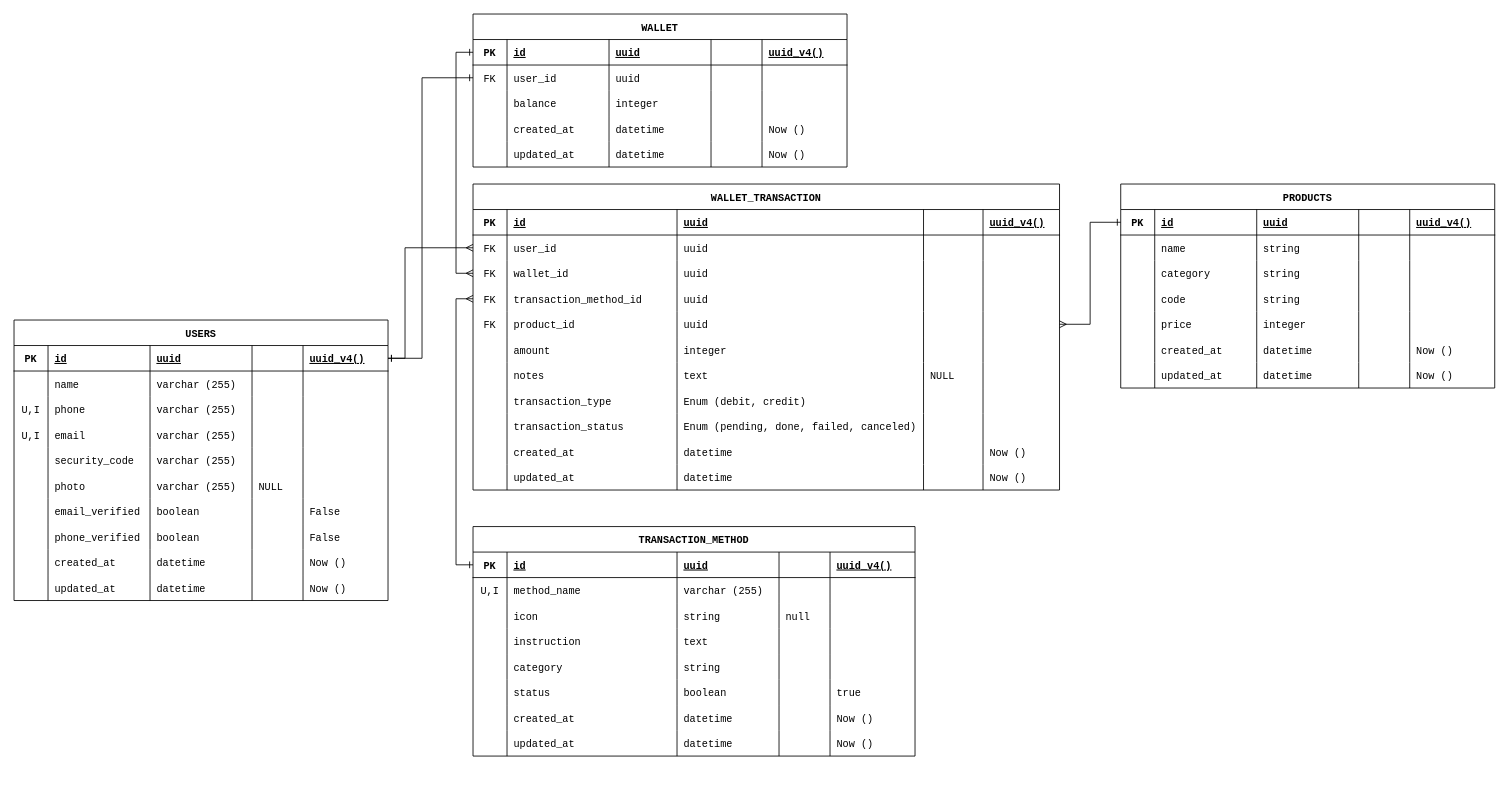
This is page "Schema" (1 of 7) of requirements/Database ERD.drawio from foxxxesky/Final-Projects-Backend-OVO, a draw.io file, before an edit. Source tidied: cells renumbered, new cells numbered last; positions are measured from the earlier drawing's top-left corner, leaving out a move shared by most shapes. Both pictures are drawn from the tidied source at 85%, with x=0, y=0 at pixel (14, 14).
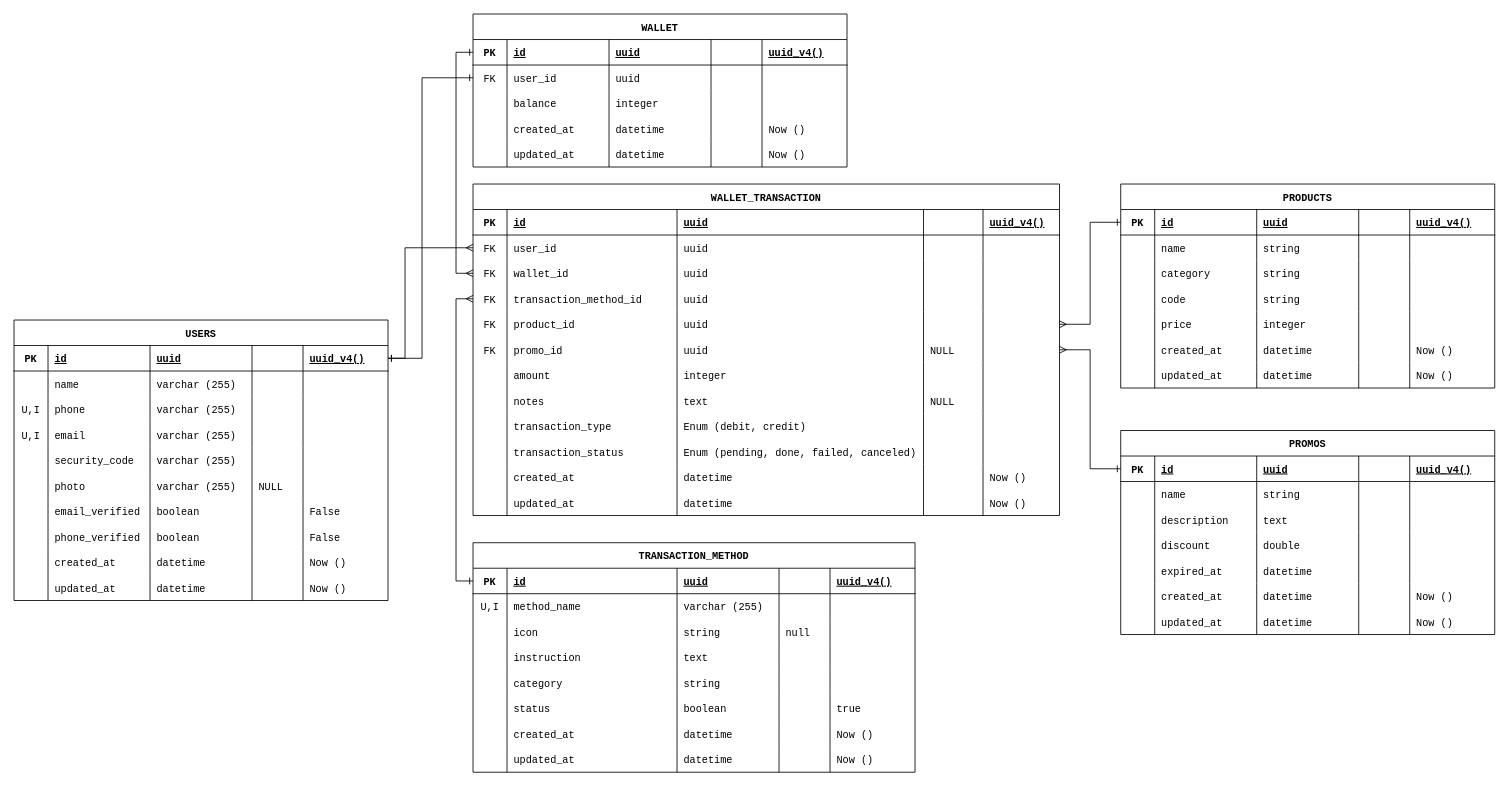
The same page after the edit.

The change refers to these unchanged cells:
```xml
<mxCell id="114" style="shape=tableRow;horizontal=0;startSize=0;swimlaneHead=0;swimlaneBody=0;fillColor=none;points=[[0,0.5],[1,0.5]];portConstraint=eastwest;top=0;left=0;right=0;bottom=0;fontFamily=Courier New;" parent="95" vertex="1">
  <mxGeometry y="120" width="690" height="30" as="geometry" />
</mxCell>
<mxCell id="163" style="shape=tableRow;horizontal=0;startSize=0;swimlaneHead=0;swimlaneBody=0;fillColor=none;points=[[0,0.5],[1,0.5]];portConstraint=eastwest;top=0;left=0;right=0;bottom=1;fontFamily=Courier New;" parent="162" vertex="1">
  <mxGeometry y="30" width="520" height="30" as="geometry" />
</mxCell>
```

The edit, as a diff of the source:
```diff
@@
     <mxCell id="95" value="WALLET_TRANSACTION" style="shape=table;startSize=30;childLayout=tableLayout;rowLines=0;fontStyle=1;align=center;fontFamily=Courier New;" parent="1" vertex="1">
-      <mxGeometry x="540" y="200" width="690" height="360" as="geometry" />
+      <mxGeometry x="540" y="200" width="690" height="390" as="geometry" />
     </mxCell>
@@
+    <mxCell id="258" style="shape=tableRow;horizontal=0;startSize=0;swimlaneHead=0;swimlaneBody=0;fillColor=none;points=[[0,0.5],[1,0.5]];portConstraint=eastwest;top=0;left=0;right=0;bottom=0;fontFamily=Courier New;" parent="95" vertex="1">
+      <mxGeometry y="180" width="690" height="30" as="geometry" />
+    </mxCell>
+    <mxCell id="259" value="FK" style="shape=partialRectangle;fillColor=none;top=0;left=0;bottom=0;right=0;overflow=hidden;fontFamily=Courier New;" parent="258" vertex="1">
+      <mxGeometry width="40" height="30" as="geometry" />
+    </mxCell>
+    <mxCell id="260" value="promo_id" style="shape=partialRectangle;fillColor=none;top=0;left=0;bottom=0;right=0;align=left;spacingLeft=6;overflow=hidden;fontFamily=Courier New;" parent="258" vertex="1">
+      <mxGeometry x="40" width="200" height="30" as="geometry" />
+    </mxCell>
+    <mxCell id="261" value="uuid" style="shape=partialRectangle;fillColor=none;top=0;left=0;bottom=0;right=0;align=left;spacingLeft=6;overflow=hidden;fontFamily=Courier New;fontStyle=0;" parent="258" vertex="1">
+      <mxGeometry x="240" width="290" height="30" as="geometry" />
+    </mxCell>
+    <mxCell id="262" value="NULL" style="shape=partialRectangle;fillColor=none;top=0;left=0;bottom=0;right=0;align=left;spacingLeft=6;overflow=hidden;fontFamily=Courier New;" parent="258" vertex="1">
+      <mxGeometry x="530" width="70" height="30" as="geometry" />
+    </mxCell>
+    <mxCell id="263" style="shape=partialRectangle;fillColor=none;top=0;left=0;bottom=0;right=0;align=left;spacingLeft=6;overflow=hidden;fontFamily=Courier New;" parent="258" vertex="1">
+      <mxGeometry x="600" width="90" height="30" as="geometry" />
+    </mxCell>
     <mxCell id="126" style="shape=tableRow;horizontal=0;startSize=0;swimlaneHead=0;swimlaneBody=0;fillColor=none;top=0;left=0;right=0;bottom=0;fontFamily=Courier New;" parent="95" vertex="1">
-      <mxGeometry y="180" width="690" height="30" as="geometry" />
+      <mxGeometry y="210" width="690" height="30" as="geometry" />
     </mxCell>
@@
     <mxCell id="132" style="shape=tableRow;horizontal=0;startSize=0;swimlaneHead=0;swimlaneBody=0;fillColor=none;top=0;left=0;right=0;bottom=0;fontFamily=Courier New;" parent="95" vertex="1">
-      <mxGeometry y="210" width="690" height="30" as="geometry" />
+      <mxGeometry y="240" width="690" height="30" as="geometry" />
     </mxCell>
@@
     <mxCell id="138" style="shape=tableRow;horizontal=0;startSize=0;swimlaneHead=0;swimlaneBody=0;fillColor=none;top=0;left=0;right=0;bottom=0;fontFamily=Courier New;" parent="95" vertex="1">
-      <mxGeometry y="240" width="690" height="30" as="geometry" />
+      <mxGeometry y="270" width="690" height="30" as="geometry" />
     </mxCell>
@@
     <mxCell id="144" style="shape=tableRow;horizontal=0;startSize=0;swimlaneHead=0;swimlaneBody=0;fillColor=none;top=0;left=0;right=0;bottom=0;fontFamily=Courier New;" parent="95" vertex="1">
-      <mxGeometry y="270" width="690" height="30" as="geometry" />
+      <mxGeometry y="300" width="690" height="30" as="geometry" />
     </mxCell>
@@
     <mxCell id="150" style="shape=tableRow;horizontal=0;startSize=0;swimlaneHead=0;swimlaneBody=0;fillColor=none;top=0;left=0;right=0;bottom=0;fontFamily=Courier New;" parent="95" vertex="1">
-      <mxGeometry y="300" width="690" height="30" as="geometry" />
+      <mxGeometry y="330" width="690" height="30" as="geometry" />
     </mxCell>
@@
     <mxCell id="156" style="shape=tableRow;horizontal=0;startSize=0;swimlaneHead=0;swimlaneBody=0;fillColor=none;top=0;left=0;right=0;bottom=0;fontFamily=Courier New;" parent="95" vertex="1">
-      <mxGeometry y="330" width="690" height="30" as="geometry" />
+      <mxGeometry y="360" width="690" height="30" as="geometry" />
     </mxCell>
@@
     <mxCell id="162" value="TRANSACTION_METHOD" style="shape=table;startSize=30;childLayout=tableLayout;rowLines=0;fontStyle=1;align=center;fontFamily=Courier New;" parent="1" vertex="1">
-      <mxGeometry x="540" y="603" width="520" height="270" as="geometry" />
+      <mxGeometry x="540" y="622" width="520" height="270" as="geometry" />
     </mxCell>
@@
     <mxCell id="213" style="edgeStyle=orthogonalEdgeStyle;html=1;entryX=0;entryY=0.5;entryDx=0;entryDy=0;rounded=0;startArrow=ERone;startFill=0;endArrow=ERmany;endFill=0;exitX=0;exitY=0.5;exitDx=0;exitDy=0;" parent="1" edge="1" source="163" target="114">
       <mxGeometry relative="1" as="geometry">
         <Array as="points">
-          <mxPoint x="520" y="648" />
+          <mxPoint x="520" y="667" />
           <mxPoint x="520" y="335" />
         </Array>
       </mxGeometry>
     </mxCell>
@@
+    <mxCell id="264" value="PROMOS" style="shape=table;startSize=30;childLayout=tableLayout;rowLines=0;fontStyle=1;align=center;fontFamily=Courier New;" parent="1" vertex="1">
+      <mxGeometry x="1302" y="490" width="440" height="240" as="geometry" />
+    </mxCell>
+    <mxCell id="265" style="shape=tableRow;horizontal=0;startSize=0;swimlaneHead=0;swimlaneBody=0;fillColor=none;points=[[0,0.5],[1,0.5]];portConstraint=eastwest;top=0;left=0;right=0;bottom=1;fontFamily=Courier New;" parent="264" vertex="1">
+      <mxGeometry y="30" width="440" height="30" as="geometry" />
+    </mxCell>
+    <mxCell id="266" value="PK" style="shape=partialRectangle;fillColor=none;top=0;left=0;bottom=0;right=0;fontStyle=1;overflow=hidden;fontFamily=Courier New;" parent="265" vertex="1">
+      <mxGeometry width="40" height="30" as="geometry" />
+    </mxCell>
+    <mxCell id="267" value="id" style="shape=partialRectangle;fillColor=none;top=0;left=0;bottom=0;right=0;align=left;spacingLeft=6;fontStyle=5;overflow=hidden;fontFamily=Courier New;" parent="265" vertex="1">
+      <mxGeometry x="40" width="120" height="30" as="geometry" />
+    </mxCell>
+    <mxCell id="268" value="uuid" style="shape=partialRectangle;fillColor=none;top=0;left=0;bottom=0;right=0;align=left;spacingLeft=6;fontStyle=5;overflow=hidden;fontFamily=Courier New;" parent="265" vertex="1">
+      <mxGeometry x="160" width="120" height="30" as="geometry" />
+    </mxCell>
+    <mxCell id="269" style="shape=partialRectangle;fillColor=none;top=0;left=0;bottom=0;right=0;align=left;spacingLeft=6;fontStyle=5;overflow=hidden;fontFamily=Courier New;" parent="265" vertex="1">
+      <mxGeometry x="280" width="60" height="30" as="geometry" />
+    </mxCell>
+    <mxCell id="270" value="uuid_v4()" style="shape=partialRectangle;fillColor=none;top=0;left=0;bottom=0;right=0;align=left;spacingLeft=6;fontStyle=5;overflow=hidden;fontFamily=Courier New;" parent="265" vertex="1">
+      <mxGeometry x="340" width="100" height="30" as="geometry" />
+    </mxCell>
+    <mxCell id="271" style="shape=tableRow;horizontal=0;startSize=0;swimlaneHead=0;swimlaneBody=0;fillColor=none;top=0;left=0;right=0;bottom=0;fontFamily=Courier New;" parent="264" vertex="1">
+      <mxGeometry y="60" width="440" height="30" as="geometry" />
+    </mxCell>
+    <mxCell id="272" style="shape=partialRectangle;fillColor=none;top=0;left=0;bottom=0;right=0;overflow=hidden;fontFamily=Courier New;" parent="271" vertex="1">
+      <mxGeometry width="40" height="30" as="geometry" />
+    </mxCell>
+    <mxCell id="273" value="name" style="shape=partialRectangle;fillColor=none;top=0;left=0;bottom=0;right=0;align=left;spacingLeft=6;overflow=hidden;fontFamily=Courier New;" parent="271" vertex="1">
+      <mxGeometry x="40" width="120" height="30" as="geometry" />
+    </mxCell>
+    <mxCell id="274" value="string" style="shape=partialRectangle;fillColor=none;top=0;left=0;bottom=0;right=0;align=left;spacingLeft=6;overflow=hidden;fontFamily=Courier New;" parent="271" vertex="1">
+      <mxGeometry x="160" width="120" height="30" as="geometry" />
+    </mxCell>
+    <mxCell id="275" style="shape=partialRectangle;fillColor=none;top=0;left=0;bottom=0;right=0;align=left;spacingLeft=6;overflow=hidden;fontFamily=Courier New;" parent="271" vertex="1">
+      <mxGeometry x="280" width="60" height="30" as="geometry" />
+    </mxCell>
+    <mxCell id="276" style="shape=partialRectangle;fillColor=none;top=0;left=0;bottom=0;right=0;align=left;spacingLeft=6;overflow=hidden;fontFamily=Courier New;" parent="271" vertex="1">
+      <mxGeometry x="340" width="100" height="30" as="geometry" />
+    </mxCell>
+    <mxCell id="277" style="shape=tableRow;horizontal=0;startSize=0;swimlaneHead=0;swimlaneBody=0;fillColor=none;top=0;left=0;right=0;bottom=0;fontFamily=Courier New;" parent="264" vertex="1">
+      <mxGeometry y="90" width="440" height="30" as="geometry" />
+    </mxCell>
+    <mxCell id="278" style="shape=partialRectangle;fillColor=none;top=0;left=0;bottom=0;right=0;overflow=hidden;fontFamily=Courier New;" parent="277" vertex="1">
+      <mxGeometry width="40" height="30" as="geometry" />
+    </mxCell>
+    <mxCell id="279" value="description" style="shape=partialRectangle;fillColor=none;top=0;left=0;bottom=0;right=0;align=left;spacingLeft=6;overflow=hidden;fontFamily=Courier New;" parent="277" vertex="1">
+      <mxGeometry x="40" width="120" height="30" as="geometry" />
+    </mxCell>
+    <mxCell id="280" value="text" style="shape=partialRectangle;fillColor=none;top=0;left=0;bottom=0;right=0;align=left;spacingLeft=6;overflow=hidden;fontFamily=Courier New;" parent="277" vertex="1">
+      <mxGeometry x="160" width="120" height="30" as="geometry" />
+    </mxCell>
+    <mxCell id="281" style="shape=partialRectangle;fillColor=none;top=0;left=0;bottom=0;right=0;align=left;spacingLeft=6;overflow=hidden;fontFamily=Courier New;" parent="277" vertex="1">
+      <mxGeometry x="280" width="60" height="30" as="geometry" />
+    </mxCell>
+    <mxCell id="282" style="shape=partialRectangle;fillColor=none;top=0;left=0;bottom=0;right=0;align=left;spacingLeft=6;overflow=hidden;fontFamily=Courier New;" parent="277" vertex="1">
+      <mxGeometry x="340" width="100" height="30" as="geometry" />
+    </mxCell>
+    <mxCell id="283" style="shape=tableRow;horizontal=0;startSize=0;swimlaneHead=0;swimlaneBody=0;fillColor=none;top=0;left=0;right=0;bottom=0;fontFamily=Courier New;" parent="264" vertex="1">
+      <mxGeometry y="120" width="440" height="30" as="geometry" />
+    </mxCell>
+    <mxCell id="284" style="shape=partialRectangle;fillColor=none;top=0;left=0;bottom=0;right=0;overflow=hidden;fontFamily=Courier New;" parent="283" vertex="1">
+      <mxGeometry width="40" height="30" as="geometry" />
+    </mxCell>
+    <mxCell id="285" value="discount" style="shape=partialRectangle;fillColor=none;top=0;left=0;bottom=0;right=0;align=left;spacingLeft=6;overflow=hidden;fontFamily=Courier New;" parent="283" vertex="1">
+      <mxGeometry x="40" width="120" height="30" as="geometry" />
+    </mxCell>
+    <mxCell id="286" value="double" style="shape=partialRectangle;fillColor=none;top=0;left=0;bottom=0;right=0;align=left;spacingLeft=6;overflow=hidden;fontFamily=Courier New;" parent="283" vertex="1">
+      <mxGeometry x="160" width="120" height="30" as="geometry" />
+    </mxCell>
+    <mxCell id="287" style="shape=partialRectangle;fillColor=none;top=0;left=0;bottom=0;right=0;align=left;spacingLeft=6;overflow=hidden;fontFamily=Courier New;" parent="283" vertex="1">
+      <mxGeometry x="280" width="60" height="30" as="geometry" />
+    </mxCell>
+    <mxCell id="288" style="shape=partialRectangle;fillColor=none;top=0;left=0;bottom=0;right=0;align=left;spacingLeft=6;overflow=hidden;fontFamily=Courier New;" parent="283" vertex="1">
+      <mxGeometry x="340" width="100" height="30" as="geometry" />
+    </mxCell>
+    <mxCell id="289" style="shape=tableRow;horizontal=0;startSize=0;swimlaneHead=0;swimlaneBody=0;fillColor=none;top=0;left=0;right=0;bottom=0;fontFamily=Courier New;" parent="264" vertex="1">
+      <mxGeometry y="150" width="440" height="30" as="geometry" />
+    </mxCell>
+    <mxCell id="290" style="shape=partialRectangle;fillColor=none;top=0;left=0;bottom=0;right=0;overflow=hidden;fontFamily=Courier New;" parent="289" vertex="1">
+      <mxGeometry width="40" height="30" as="geometry" />
+    </mxCell>
+    <mxCell id="291" value="expired_at" style="shape=partialRectangle;fillColor=none;top=0;left=0;bottom=0;right=0;align=left;spacingLeft=6;overflow=hidden;fontFamily=Courier New;" parent="289" vertex="1">
+      <mxGeometry x="40" width="120" height="30" as="geometry" />
+    </mxCell>
+    <mxCell id="292" value="datetime" style="shape=partialRectangle;fillColor=none;top=0;left=0;bottom=0;right=0;align=left;spacingLeft=6;overflow=hidden;fontFamily=Courier New;" parent="289" vertex="1">
+      <mxGeometry x="160" width="120" height="30" as="geometry" />
+    </mxCell>
+    <mxCell id="293" style="shape=partialRectangle;fillColor=none;top=0;left=0;bottom=0;right=0;align=left;spacingLeft=6;overflow=hidden;fontFamily=Courier New;" parent="289" vertex="1">
+      <mxGeometry x="280" width="60" height="30" as="geometry" />
+    </mxCell>
+    <mxCell id="294" style="shape=partialRectangle;fillColor=none;top=0;left=0;bottom=0;right=0;align=left;spacingLeft=6;overflow=hidden;fontFamily=Courier New;" parent="289" vertex="1">
+      <mxGeometry x="340" width="100" height="30" as="geometry" />
+    </mxCell>
+    <mxCell id="295" style="shape=tableRow;horizontal=0;startSize=0;swimlaneHead=0;swimlaneBody=0;fillColor=none;top=0;left=0;right=0;bottom=0;fontFamily=Courier New;" parent="264" vertex="1">
+      <mxGeometry y="180" width="440" height="30" as="geometry" />
+    </mxCell>
+    <mxCell id="296" style="shape=partialRectangle;fillColor=none;top=0;left=0;bottom=0;right=0;overflow=hidden;fontFamily=Courier New;" parent="295" vertex="1">
+      <mxGeometry width="40" height="30" as="geometry" />
+    </mxCell>
+    <mxCell id="297" value="created_at" style="shape=partialRectangle;fillColor=none;top=0;left=0;bottom=0;right=0;align=left;spacingLeft=6;overflow=hidden;fontFamily=Courier New;" parent="295" vertex="1">
+      <mxGeometry x="40" width="120" height="30" as="geometry" />
+    </mxCell>
+    <mxCell id="298" value="datetime" style="shape=partialRectangle;fillColor=none;top=0;left=0;bottom=0;right=0;align=left;spacingLeft=6;overflow=hidden;fontFamily=Courier New;" parent="295" vertex="1">
+      <mxGeometry x="160" width="120" height="30" as="geometry" />
+    </mxCell>
+    <mxCell id="299" style="shape=partialRectangle;fillColor=none;top=0;left=0;bottom=0;right=0;align=left;spacingLeft=6;overflow=hidden;fontFamily=Courier New;" parent="295" vertex="1">
+      <mxGeometry x="280" width="60" height="30" as="geometry" />
+    </mxCell>
+    <mxCell id="300" value="Now ()" style="shape=partialRectangle;fillColor=none;top=0;left=0;bottom=0;right=0;align=left;spacingLeft=6;overflow=hidden;fontFamily=Courier New;" parent="295" vertex="1">
+      <mxGeometry x="340" width="100" height="30" as="geometry" />
+    </mxCell>
+    <mxCell id="301" style="shape=tableRow;horizontal=0;startSize=0;swimlaneHead=0;swimlaneBody=0;fillColor=none;top=0;left=0;right=0;bottom=0;fontFamily=Courier New;" parent="264" vertex="1">
+      <mxGeometry y="210" width="440" height="30" as="geometry" />
+    </mxCell>
+    <mxCell id="302" style="shape=partialRectangle;fillColor=none;top=0;left=0;bottom=0;right=0;overflow=hidden;fontFamily=Courier New;" parent="301" vertex="1">
+      <mxGeometry width="40" height="30" as="geometry" />
+    </mxCell>
+    <mxCell id="303" value="updated_at" style="shape=partialRectangle;fillColor=none;top=0;left=0;bottom=0;right=0;align=left;spacingLeft=6;overflow=hidden;fontFamily=Courier New;" parent="301" vertex="1">
+      <mxGeometry x="40" width="120" height="30" as="geometry" />
+    </mxCell>
+    <mxCell id="304" value="datetime" style="shape=partialRectangle;fillColor=none;top=0;left=0;bottom=0;right=0;align=left;spacingLeft=6;overflow=hidden;fontFamily=Courier New;" parent="301" vertex="1">
+      <mxGeometry x="160" width="120" height="30" as="geometry" />
+    </mxCell>
+    <mxCell id="305" style="shape=partialRectangle;fillColor=none;top=0;left=0;bottom=0;right=0;align=left;spacingLeft=6;overflow=hidden;fontFamily=Courier New;" parent="301" vertex="1">
+      <mxGeometry x="280" width="60" height="30" as="geometry" />
+    </mxCell>
+    <mxCell id="306" value="Now ()" style="shape=partialRectangle;fillColor=none;top=0;left=0;bottom=0;right=0;align=left;spacingLeft=6;overflow=hidden;fontFamily=Courier New;" parent="301" vertex="1">
+      <mxGeometry x="340" width="100" height="30" as="geometry" />
+    </mxCell>
+    <mxCell id="307" style="edgeStyle=orthogonalEdgeStyle;html=1;entryX=1;entryY=0.5;entryDx=0;entryDy=0;rounded=0;endArrow=ERmany;endFill=0;startArrow=ERone;startFill=0;" parent="1" edge="1" source="265" target="258">
+      <mxGeometry relative="1" as="geometry" />
+    </mxCell>
```
